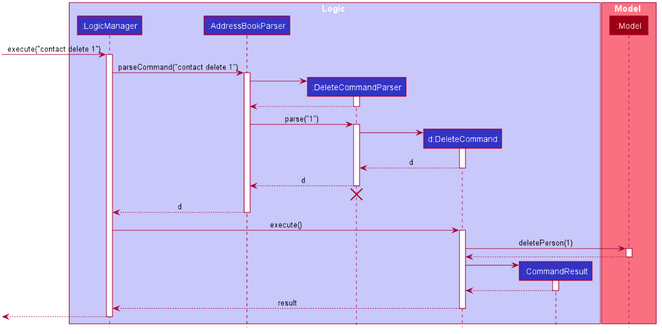
The PlantUML diagram docs/images/DeleteSequenceDiagram.png in sebastiantoh/tp, before a commit. Its source is kept beside it as docs/diagrams/DeleteSequenceDiagram.puml.
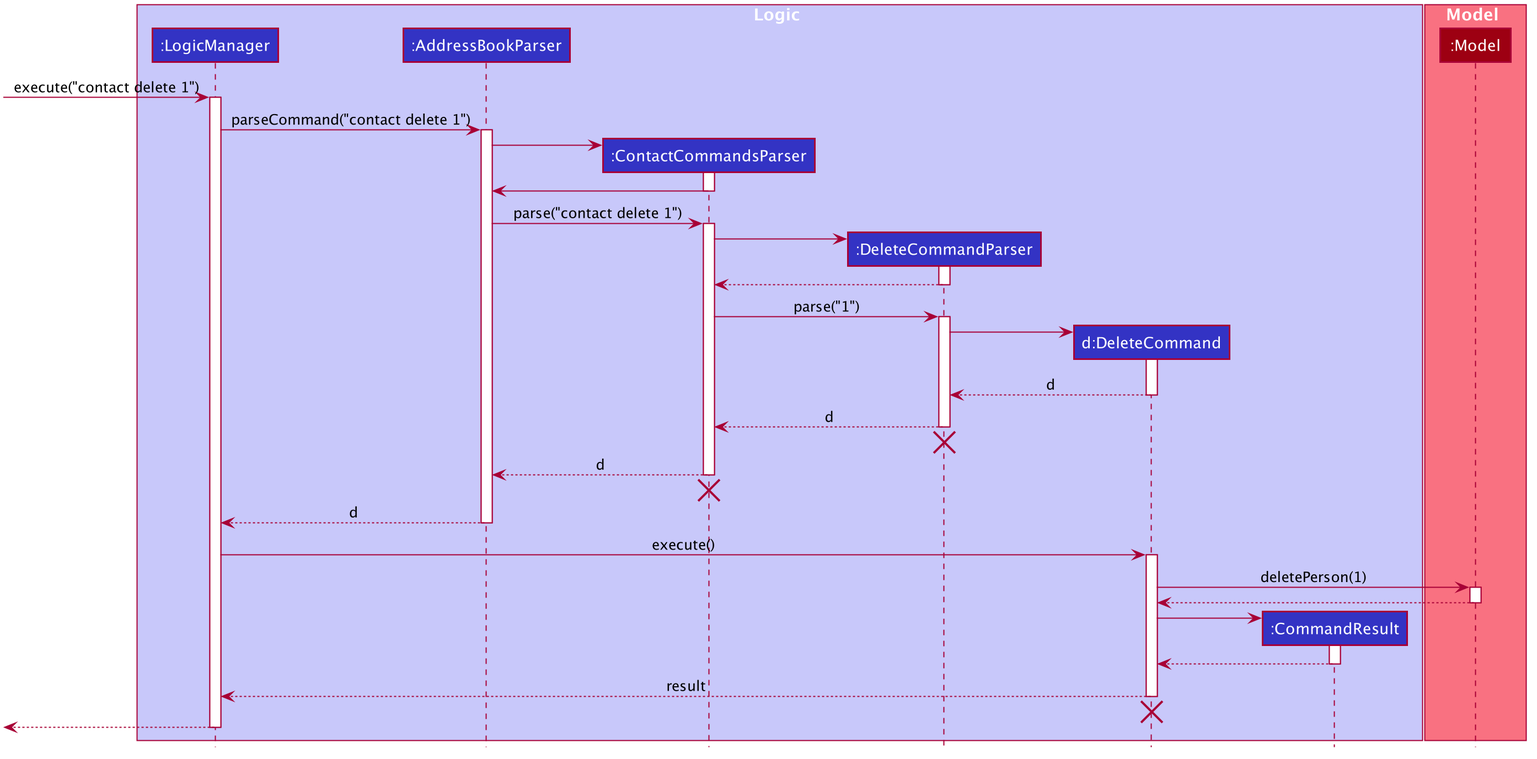
After the commit.

Change to the diagram source:
```diff
@@ -4,6 +4,7 @@
 box Logic LOGIC_COLOR_T1
 participant ":LogicManager" as LogicManager LOGIC_COLOR
 participant ":AddressBookParser" as AddressBookParser LOGIC_COLOR
+participant ":ContactCommandsParser" as ContactCommandsParser LOGIC_COLOR
 participant ":DeleteCommandParser" as DeleteCommandParser LOGIC_COLOR
 participant "d:DeleteCommand" as DeleteCommand LOGIC_COLOR
 participant ":CommandResult" as CommandResult LOGIC_COLOR
@@ -19,14 +20,24 @@
 LogicManager -> AddressBookParser : parseCommand("contact delete 1")
 activate AddressBookParser
 
+create ContactCommandsParser
+AddressBookParser -> ContactCommandsParser
+activate ContactCommandsParser
+
+ContactCommandsParser -> AddressBookParser
+deactivate ContactCommandsParser
+
+AddressBookParser -> ContactCommandsParser : parse("contact delete 1")
+activate ContactCommandsParser
+
 create DeleteCommandParser
-AddressBookParser -> DeleteCommandParser
+ContactCommandsParser -> DeleteCommandParser
 activate DeleteCommandParser
 
-DeleteCommandParser --> AddressBookParser
+DeleteCommandParser --> ContactCommandsParser
 deactivate DeleteCommandParser
 
-AddressBookParser -> DeleteCommandParser : parse("1")
+ContactCommandsParser -> DeleteCommandParser : parse("1")
 activate DeleteCommandParser
 
 create DeleteCommand
@@ -36,10 +47,15 @@
 DeleteCommand --> DeleteCommandParser : d
 deactivate DeleteCommand
 
-DeleteCommandParser --> AddressBookParser : d
+DeleteCommandParser --> ContactCommandsParser : d
 deactivate DeleteCommandParser
 DeleteCommandParser -[hidden]-> AddressBookParser
 destroy DeleteCommandParser
+
+ContactCommandsParser --> AddressBookParser : d
+deactivate ContactCommandsParser
+ContactCommandsParser -[hidden]-> AddressBookParser
+destroy ContactCommandsParser
 
 AddressBookParser --> LogicManager : d
 deactivate AddressBookParser
@@ -62,6 +78,8 @@
 
 DeleteCommand --> LogicManager : result
 deactivate DeleteCommand
+DeleteCommand -[hidden]-> AddressBookParser
+destroy DeleteCommand
 
 [<--LogicManager
 deactivate LogicManager
```
